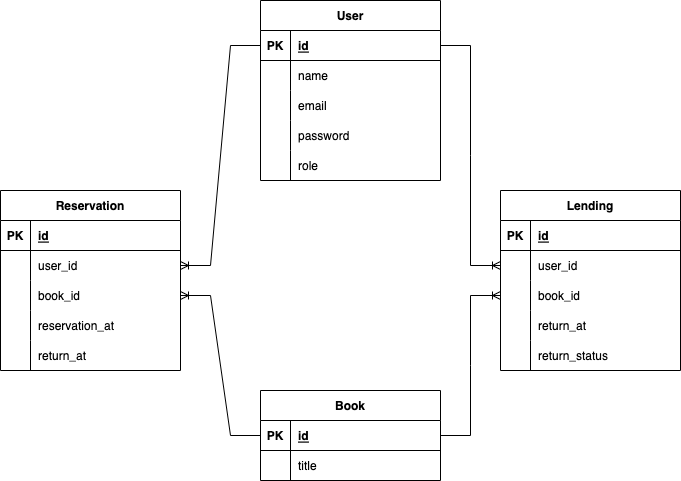
CODEBASE-Okinawa/codebase_books_yogari keeps this draw.io diagram as docs/structure.drawio.png. Above is the earlier version. Source tidied: cells renumbered, new cells last; positions are measured from the earlier drawing's top-left corner, leaving out a move shared by most shapes. Its diagram source:
```xml
<mxGraphModel>
  <root>
    <mxCell id="0" />
    <mxCell id="1" parent="0" />
    <mxCell id="2" value="User" style="shape=table;startSize=30;rowLines=0;fontStyle=1;align=center;" parent="1" vertex="1">
      <mxGeometry x="260" width="180" height="180" as="geometry" />
    </mxCell>
    <mxCell id="3" style="shape=tableRow;horizontal=0;startSize=0;swimlaneHead=0;swimlaneBody=0;fillColor=none;points=[[0,0.5],[1,0.5]];portConstraint=eastwest;top=0;left=0;right=0;bottom=1;" parent="2" vertex="1">
      <mxGeometry y="30" width="180" height="30" as="geometry" />
    </mxCell>
    <mxCell id="4" value="PK" style="shape=partialRectangle;fillColor=none;top=0;left=0;bottom=0;right=0;fontStyle=1;overflow=hidden;" parent="3" vertex="1">
      <mxGeometry width="30" height="30" as="geometry" />
    </mxCell>
    <mxCell id="5" value="id" style="shape=partialRectangle;fillColor=none;top=0;left=0;bottom=0;right=0;align=left;spacingLeft=6;fontStyle=5;overflow=hidden;" parent="3" vertex="1">
      <mxGeometry x="30" width="150" height="30" as="geometry" />
    </mxCell>
    <mxCell id="6" style="shape=tableRow;horizontal=0;startSize=0;swimlaneHead=0;swimlaneBody=0;fillColor=none;top=0;left=0;right=0;bottom=0;" parent="2" vertex="1">
      <mxGeometry y="60" width="180" height="30" as="geometry" />
    </mxCell>
    <mxCell id="7" style="shape=partialRectangle;fillColor=none;top=0;left=0;bottom=0;right=0;overflow=hidden;" parent="6" vertex="1">
      <mxGeometry width="30" height="30" as="geometry" />
    </mxCell>
    <mxCell id="8" value="name" style="shape=partialRectangle;fillColor=none;top=0;left=0;bottom=0;right=0;align=left;spacingLeft=6;overflow=hidden;" parent="6" vertex="1">
      <mxGeometry x="30" width="150" height="30" as="geometry" />
    </mxCell>
    <mxCell id="9" style="shape=tableRow;horizontal=0;startSize=0;swimlaneHead=0;swimlaneBody=0;fillColor=none;top=0;left=0;right=0;bottom=0;" parent="2" vertex="1">
      <mxGeometry y="90" width="180" height="30" as="geometry" />
    </mxCell>
    <mxCell id="10" style="shape=partialRectangle;fillColor=none;top=0;left=0;bottom=0;right=0;overflow=hidden;" parent="9" vertex="1">
      <mxGeometry width="30" height="30" as="geometry" />
    </mxCell>
    <mxCell id="11" value="email" style="shape=partialRectangle;fillColor=none;top=0;left=0;bottom=0;right=0;align=left;spacingLeft=6;overflow=hidden;" parent="9" vertex="1">
      <mxGeometry x="30" width="150" height="30" as="geometry" />
    </mxCell>
    <mxCell id="12" style="shape=tableRow;horizontal=0;startSize=0;swimlaneHead=0;swimlaneBody=0;fillColor=none;top=0;left=0;right=0;bottom=0;" parent="2" vertex="1">
      <mxGeometry y="120" width="180" height="30" as="geometry" />
    </mxCell>
    <mxCell id="13" style="shape=partialRectangle;fillColor=none;top=0;left=0;bottom=0;right=0;overflow=hidden;" parent="12" vertex="1">
      <mxGeometry width="30" height="30" as="geometry" />
    </mxCell>
    <mxCell id="14" value="password" style="shape=partialRectangle;fillColor=none;top=0;left=0;bottom=0;right=0;align=left;spacingLeft=6;overflow=hidden;" parent="12" vertex="1">
      <mxGeometry x="30" width="150" height="30" as="geometry" />
    </mxCell>
    <mxCell id="15" style="shape=tableRow;horizontal=0;startSize=0;swimlaneHead=0;swimlaneBody=0;fillColor=none;top=0;left=0;right=0;bottom=0;" parent="2" vertex="1">
      <mxGeometry y="150" width="180" height="30" as="geometry" />
    </mxCell>
    <mxCell id="16" style="shape=partialRectangle;fillColor=none;top=0;left=0;bottom=0;right=0;overflow=hidden;" parent="15" vertex="1">
      <mxGeometry width="30" height="30" as="geometry" />
    </mxCell>
    <mxCell id="17" value="role" style="shape=partialRectangle;fillColor=none;top=0;left=0;bottom=0;right=0;align=left;spacingLeft=6;overflow=hidden;" parent="15" vertex="1">
      <mxGeometry x="30" width="150" height="30" as="geometry" />
    </mxCell>
    <mxCell id="18" value="Book" style="shape=table;startSize=30;rowLines=0;fontStyle=1;align=center;" parent="1" vertex="1">
      <mxGeometry x="260" y="390" width="180" height="90" as="geometry" />
    </mxCell>
    <mxCell id="19" style="shape=tableRow;horizontal=0;startSize=0;swimlaneHead=0;swimlaneBody=0;fillColor=none;points=[[0,0.5],[1,0.5]];portConstraint=eastwest;top=0;left=0;right=0;bottom=1;" parent="18" vertex="1">
      <mxGeometry y="30" width="180" height="30" as="geometry" />
    </mxCell>
    <mxCell id="20" value="PK" style="shape=partialRectangle;fillColor=none;top=0;left=0;bottom=0;right=0;fontStyle=1;overflow=hidden;" parent="19" vertex="1">
      <mxGeometry width="30" height="30" as="geometry" />
    </mxCell>
    <mxCell id="21" value="id" style="shape=partialRectangle;fillColor=none;top=0;left=0;bottom=0;right=0;align=left;spacingLeft=6;fontStyle=5;overflow=hidden;" parent="19" vertex="1">
      <mxGeometry x="30" width="150" height="30" as="geometry" />
    </mxCell>
    <mxCell id="22" style="shape=tableRow;horizontal=0;startSize=0;swimlaneHead=0;swimlaneBody=0;fillColor=none;top=0;left=0;right=0;bottom=0;" parent="18" vertex="1">
      <mxGeometry y="60" width="180" height="30" as="geometry" />
    </mxCell>
    <mxCell id="23" style="shape=partialRectangle;fillColor=none;top=0;left=0;bottom=0;right=0;overflow=hidden;" parent="22" vertex="1">
      <mxGeometry width="30" height="30" as="geometry" />
    </mxCell>
    <mxCell id="24" value="title" style="shape=partialRectangle;fillColor=none;top=0;left=0;bottom=0;right=0;align=left;spacingLeft=6;overflow=hidden;" parent="22" vertex="1">
      <mxGeometry x="30" width="150" height="30" as="geometry" />
    </mxCell>
    <mxCell id="25" value="Reservation" style="shape=table;startSize=30;rowLines=0;fontStyle=1;align=center;" parent="1" vertex="1">
      <mxGeometry y="190" width="180" height="180" as="geometry" />
    </mxCell>
    <mxCell id="26" style="shape=tableRow;horizontal=0;startSize=0;swimlaneHead=0;swimlaneBody=0;fillColor=none;top=0;left=0;right=0;bottom=1;" parent="25" vertex="1">
      <mxGeometry y="30" width="180" height="30" as="geometry" />
    </mxCell>
    <mxCell id="27" value="PK" style="shape=partialRectangle;fillColor=none;top=0;left=0;bottom=0;right=0;fontStyle=1;overflow=hidden;" parent="26" vertex="1">
      <mxGeometry width="30" height="30" as="geometry" />
    </mxCell>
    <mxCell id="28" value="id" style="shape=partialRectangle;fillColor=none;top=0;left=0;bottom=0;right=0;align=left;spacingLeft=6;fontStyle=5;overflow=hidden;" parent="26" vertex="1">
      <mxGeometry x="30" width="150" height="30" as="geometry" />
    </mxCell>
    <mxCell id="29" style="shape=tableRow;horizontal=0;startSize=0;swimlaneHead=0;swimlaneBody=0;fillColor=none;points=[[0,0.5],[1,0.5]];portConstraint=eastwest;top=0;left=0;right=0;bottom=0;" parent="25" vertex="1">
      <mxGeometry y="60" width="180" height="30" as="geometry" />
    </mxCell>
    <mxCell id="30" style="shape=partialRectangle;fillColor=none;top=0;left=0;bottom=0;right=0;overflow=hidden;" parent="29" vertex="1">
      <mxGeometry width="30" height="30" as="geometry" />
    </mxCell>
    <mxCell id="31" value="user_id" style="shape=partialRectangle;fillColor=none;top=0;left=0;bottom=0;right=0;align=left;spacingLeft=6;overflow=hidden;" parent="29" vertex="1">
      <mxGeometry x="30" width="150" height="30" as="geometry" />
    </mxCell>
    <mxCell id="32" style="shape=tableRow;horizontal=0;startSize=0;swimlaneHead=0;swimlaneBody=0;fillColor=none;points=[[0,0.5],[1,0.5]];portConstraint=eastwest;top=0;left=0;right=0;bottom=0;" parent="25" vertex="1">
      <mxGeometry y="90" width="180" height="30" as="geometry" />
    </mxCell>
    <mxCell id="33" style="shape=partialRectangle;fillColor=none;top=0;left=0;bottom=0;right=0;overflow=hidden;" parent="32" vertex="1">
      <mxGeometry width="30" height="30" as="geometry" />
    </mxCell>
    <mxCell id="34" value="book_id" style="shape=partialRectangle;fillColor=none;top=0;left=0;bottom=0;right=0;align=left;spacingLeft=6;overflow=hidden;" parent="32" vertex="1">
      <mxGeometry x="30" width="150" height="30" as="geometry" />
    </mxCell>
    <mxCell id="35" style="shape=tableRow;horizontal=0;startSize=0;swimlaneHead=0;swimlaneBody=0;fillColor=none;top=0;left=0;right=0;bottom=0;" parent="25" vertex="1">
      <mxGeometry y="120" width="180" height="30" as="geometry" />
    </mxCell>
    <mxCell id="36" style="shape=partialRectangle;fillColor=none;top=0;left=0;bottom=0;right=0;overflow=hidden;" parent="35" vertex="1">
      <mxGeometry width="30" height="30" as="geometry" />
    </mxCell>
    <mxCell id="37" value="reservation_at" style="shape=partialRectangle;fillColor=none;top=0;left=0;bottom=0;right=0;align=left;spacingLeft=6;overflow=hidden;" parent="35" vertex="1">
      <mxGeometry x="30" width="150" height="30" as="geometry" />
    </mxCell>
    <mxCell id="38" style="shape=tableRow;horizontal=0;startSize=0;swimlaneHead=0;swimlaneBody=0;fillColor=none;top=0;left=0;right=0;bottom=0;" parent="25" vertex="1">
      <mxGeometry y="150" width="180" height="30" as="geometry" />
    </mxCell>
    <mxCell id="39" style="shape=partialRectangle;fillColor=none;top=0;left=0;bottom=0;right=0;overflow=hidden;" parent="38" vertex="1">
      <mxGeometry width="30" height="30" as="geometry" />
    </mxCell>
    <mxCell id="40" value="return_at" style="shape=partialRectangle;fillColor=none;top=0;left=0;bottom=0;right=0;align=left;spacingLeft=6;overflow=hidden;" parent="38" vertex="1">
      <mxGeometry x="30" width="150" height="30" as="geometry" />
    </mxCell>
    <mxCell id="41" value="Lending" style="shape=table;startSize=30;rowLines=0;fontStyle=1;align=center;" parent="1" vertex="1">
      <mxGeometry x="500" y="190" width="180" height="180" as="geometry" />
    </mxCell>
    <mxCell id="42" style="shape=tableRow;horizontal=0;startSize=0;swimlaneHead=0;swimlaneBody=0;fillColor=none;top=0;left=0;right=0;bottom=1;" parent="41" vertex="1">
      <mxGeometry y="30" width="180" height="30" as="geometry" />
    </mxCell>
    <mxCell id="43" value="PK" style="shape=partialRectangle;fillColor=none;top=0;left=0;bottom=0;right=0;fontStyle=1;overflow=hidden;" parent="42" vertex="1">
      <mxGeometry width="30" height="30" as="geometry" />
    </mxCell>
    <mxCell id="44" value="id" style="shape=partialRectangle;fillColor=none;top=0;left=0;bottom=0;right=0;align=left;spacingLeft=6;fontStyle=5;overflow=hidden;" parent="42" vertex="1">
      <mxGeometry x="30" width="150" height="30" as="geometry" />
    </mxCell>
    <mxCell id="45" style="shape=tableRow;horizontal=0;startSize=0;swimlaneHead=0;swimlaneBody=0;fillColor=none;points=[[0,0.5],[1,0.5]];portConstraint=eastwest;top=0;left=0;right=0;bottom=0;" parent="41" vertex="1">
      <mxGeometry y="60" width="180" height="30" as="geometry" />
    </mxCell>
    <mxCell id="46" style="shape=partialRectangle;fillColor=none;top=0;left=0;bottom=0;right=0;overflow=hidden;" parent="45" vertex="1">
      <mxGeometry width="30" height="30" as="geometry" />
    </mxCell>
    <mxCell id="47" value="user_id" style="shape=partialRectangle;fillColor=none;top=0;left=0;bottom=0;right=0;align=left;spacingLeft=6;overflow=hidden;" parent="45" vertex="1">
      <mxGeometry x="30" width="150" height="30" as="geometry" />
    </mxCell>
    <mxCell id="48" style="shape=tableRow;horizontal=0;startSize=0;swimlaneHead=0;swimlaneBody=0;fillColor=none;points=[[0,0.5],[1,0.5]];portConstraint=eastwest;top=0;left=0;right=0;bottom=0;" parent="41" vertex="1">
      <mxGeometry y="90" width="180" height="30" as="geometry" />
    </mxCell>
    <mxCell id="49" style="shape=partialRectangle;fillColor=none;top=0;left=0;bottom=0;right=0;overflow=hidden;" parent="48" vertex="1">
      <mxGeometry width="30" height="30" as="geometry" />
    </mxCell>
    <mxCell id="50" value="book_id" style="shape=partialRectangle;fillColor=none;top=0;left=0;bottom=0;right=0;align=left;spacingLeft=6;overflow=hidden;" parent="48" vertex="1">
      <mxGeometry x="30" width="150" height="30" as="geometry" />
    </mxCell>
    <mxCell id="51" style="shape=tableRow;horizontal=0;startSize=0;swimlaneHead=0;swimlaneBody=0;fillColor=none;top=0;left=0;right=0;bottom=0;" parent="41" vertex="1">
      <mxGeometry y="120" width="180" height="30" as="geometry" />
    </mxCell>
    <mxCell id="52" style="shape=partialRectangle;fillColor=none;top=0;left=0;bottom=0;right=0;overflow=hidden;" parent="51" vertex="1">
      <mxGeometry width="30" height="30" as="geometry" />
    </mxCell>
    <mxCell id="53" value="return_at" style="shape=partialRectangle;fillColor=none;top=0;left=0;bottom=0;right=0;align=left;spacingLeft=6;overflow=hidden;" parent="51" vertex="1">
      <mxGeometry x="30" width="150" height="30" as="geometry" />
    </mxCell>
    <mxCell id="54" style="shape=tableRow;horizontal=0;startSize=0;swimlaneHead=0;swimlaneBody=0;fillColor=none;top=0;left=0;right=0;bottom=0;" parent="41" vertex="1">
      <mxGeometry y="150" width="180" height="30" as="geometry" />
    </mxCell>
    <mxCell id="55" style="shape=partialRectangle;fillColor=none;top=0;left=0;bottom=0;right=0;overflow=hidden;" parent="54" vertex="1">
      <mxGeometry width="30" height="30" as="geometry" />
    </mxCell>
    <mxCell id="56" value="return_status" style="shape=partialRectangle;fillColor=none;top=0;left=0;bottom=0;right=0;align=left;spacingLeft=6;overflow=hidden;" parent="54" vertex="1">
      <mxGeometry x="30" width="150" height="30" as="geometry" />
    </mxCell>
    <mxCell id="57" style="edgeStyle=entityRelationEdgeStyle;fontSize=12;html=1;endArrow=ERoneToMany;rounded=0;exitX=0;exitY=0.5;exitDx=0;exitDy=0;entryX=1;entryY=0.5;entryDx=0;entryDy=0;" parent="1" edge="1" source="3" target="29">
      <mxGeometry relative="1" as="geometry" />
    </mxCell>
    <mxCell id="58" style="edgeStyle=entityRelationEdgeStyle;fontSize=12;html=1;endArrow=ERoneToMany;rounded=0;exitX=0;exitY=0.5;exitDx=0;exitDy=0;entryX=1;entryY=0.5;entryDx=0;entryDy=0;" parent="1" edge="1" source="19" target="32">
      <mxGeometry relative="1" as="geometry" />
    </mxCell>
    <mxCell id="59" style="edgeStyle=entityRelationEdgeStyle;fontSize=12;html=1;endArrow=ERoneToMany;rounded=0;exitX=1;exitY=0.5;exitDx=0;exitDy=0;entryX=0;entryY=0.5;entryDx=0;entryDy=0;" parent="1" edge="1" source="19" target="48">
      <mxGeometry relative="1" as="geometry" />
    </mxCell>
    <mxCell id="60" style="edgeStyle=entityRelationEdgeStyle;fontSize=12;html=1;endArrow=ERoneToMany;rounded=0;exitX=1;exitY=0.5;exitDx=0;exitDy=0;entryX=0;entryY=0.5;entryDx=0;entryDy=0;" parent="1" edge="1" source="3" target="45">
      <mxGeometry relative="1" as="geometry" />
    </mxCell>
  </root>
</mxGraphModel>
```
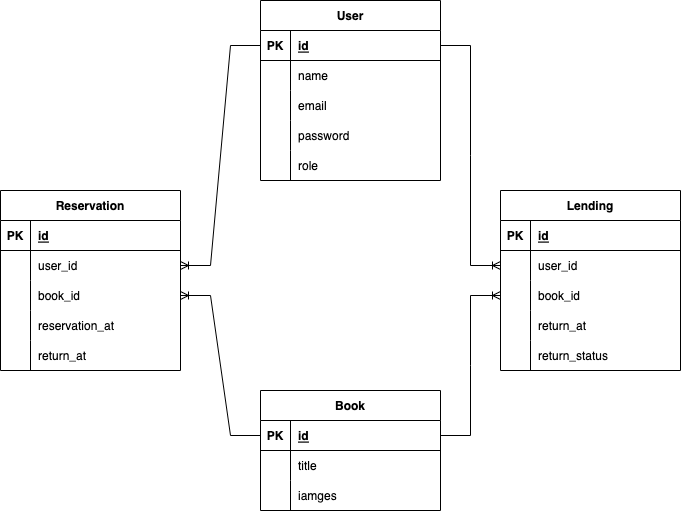
The same diagram one commit later.

Commit message:
Modify book structure

What changed in the source:
```diff
@@ -51,7 +51,7 @@
       <mxGeometry x="30" width="150" height="30" as="geometry" />
     </mxCell>
     <mxCell id="18" value="Book" style="shape=table;startSize=30;rowLines=0;fontStyle=1;align=center;" parent="1" vertex="1">
-      <mxGeometry x="260" y="390" width="180" height="90" as="geometry" />
+      <mxGeometry x="260" y="390" width="180" height="120" as="geometry" />
     </mxCell>
     <mxCell id="19" style="shape=tableRow;horizontal=0;startSize=0;swimlaneHead=0;swimlaneBody=0;fillColor=none;points=[[0,0.5],[1,0.5]];portConstraint=eastwest;top=0;left=0;right=0;bottom=1;" parent="18" vertex="1">
       <mxGeometry y="30" width="180" height="30" as="geometry" />
@@ -71,6 +71,15 @@
     <mxCell id="24" value="title" style="shape=partialRectangle;fillColor=none;top=0;left=0;bottom=0;right=0;align=left;spacingLeft=6;overflow=hidden;" parent="22" vertex="1">
       <mxGeometry x="30" width="150" height="30" as="geometry" />
     </mxCell>
+    <mxCell id="61" style="shape=tableRow;horizontal=0;startSize=0;swimlaneHead=0;swimlaneBody=0;fillColor=none;top=0;left=0;right=0;bottom=0;" parent="18" vertex="1">
+      <mxGeometry y="90" width="180" height="30" as="geometry" />
+    </mxCell>
+    <mxCell id="62" style="shape=partialRectangle;fillColor=none;top=0;left=0;bottom=0;right=0;overflow=hidden;" parent="61" vertex="1">
+      <mxGeometry width="30" height="30" as="geometry" />
+    </mxCell>
+    <mxCell id="63" value="iamges" style="shape=partialRectangle;fillColor=none;top=0;left=0;bottom=0;right=0;align=left;spacingLeft=6;overflow=hidden;" parent="61" vertex="1">
+      <mxGeometry x="30" width="150" height="30" as="geometry" />
+    </mxCell>
     <mxCell id="25" value="Reservation" style="shape=table;startSize=30;rowLines=0;fontStyle=1;align=center;" parent="1" vertex="1">
       <mxGeometry y="190" width="180" height="180" as="geometry" />
     </mxCell>
```
